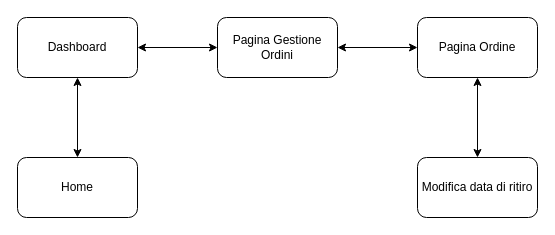
This is Documents/Requirement Analysis Document/Review/Seconda Parte/Nav path/Sorgenti/RF4-2.drawio from dariodidario/EasyLease, a draw.io file, before an edit. Source tidied: cells renumbered, new cells numbered last; positions are measured from the earlier drawing's top-left corner, leaving out a move shared by most shapes. Both pictures are drawn from the tidied source at 100%, with x=0, y=0 at pixel (17, 17).
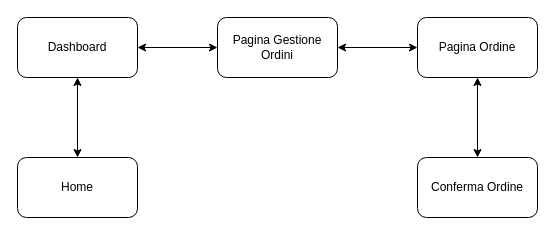
Above is the later version.

Diff of the diagram source:
```diff
@@
 <mxGraphModel>
   <root>
     <mxCell id="0" />
     <mxCell id="1" parent="0" />
     <mxCell id="2" value="Home" style="rounded=1;whiteSpace=wrap;html=1;" parent="1" vertex="1">
       <mxGeometry y="140" width="120" height="60" as="geometry" />
     </mxCell>
     <mxCell id="3" value="Dashboard" style="whiteSpace=wrap;html=1;rounded=1;" parent="1" vertex="1">
       <mxGeometry width="120" height="60" as="geometry" />
     </mxCell>
     <mxCell id="4" style="endArrow=classic;startArrow=classic;html=1;entryX=0.5;entryY=1;entryDx=0;entryDy=0;exitX=0.5;exitY=0;exitDx=0;exitDy=0;" parent="1" edge="1" source="2" target="3">
       <mxGeometry relative="1" as="geometry" />
     </mxCell>
     <mxCell id="5" value="Pagina Gestione Ordini" style="whiteSpace=wrap;html=1;rounded=1;" parent="1" vertex="1">
       <mxGeometry x="200" width="120" height="60" as="geometry" />
     </mxCell>
     <mxCell id="6" style="endArrow=classic;startArrow=classic;html=1;entryX=0;entryY=0.5;entryDx=0;entryDy=0;exitX=1;exitY=0.5;exitDx=0;exitDy=0;" parent="1" edge="1" source="3" target="5">
       <mxGeometry relative="1" as="geometry" />
     </mxCell>
     <mxCell id="7" value="Pagina Ordine" style="whiteSpace=wrap;html=1;rounded=1;" parent="1" vertex="1">
       <mxGeometry x="400" width="120" height="60" as="geometry" />
     </mxCell>
-    <mxCell id="8" value="Modifica data di ritiro" style="whiteSpace=wrap;html=1;rounded=1;" parent="1" vertex="1">
+    <mxCell id="8" value="Conferma Ordine" style="whiteSpace=wrap;html=1;rounded=1;" parent="1" vertex="1">
       <mxGeometry x="400" y="140" width="120" height="60" as="geometry" />
     </mxCell>
     <mxCell id="9" style="endArrow=classic;startArrow=classic;html=1;entryX=0;entryY=0.5;entryDx=0;entryDy=0;exitX=1;exitY=0.5;exitDx=0;exitDy=0;" parent="1" edge="1" source="5" target="7">
       <mxGeometry relative="1" as="geometry" />
     </mxCell>
     <mxCell id="10" style="endArrow=classic;startArrow=classic;html=1;entryX=0.5;entryY=1;entryDx=0;entryDy=0;exitX=0.5;exitY=0;exitDx=0;exitDy=0;" parent="1" edge="1" source="8" target="7">
       <mxGeometry relative="1" as="geometry" />
     </mxCell>
   </root>
 </mxGraphModel>
```
